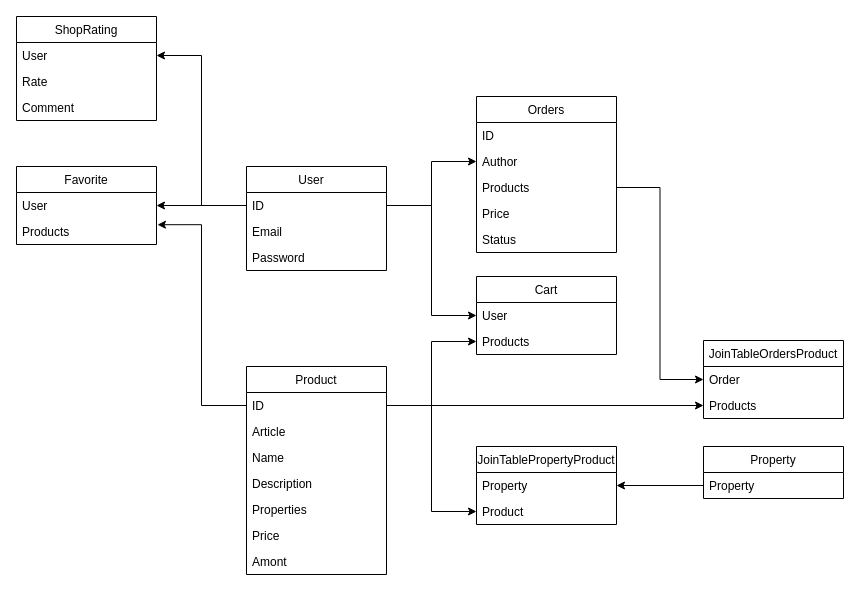
The draw.io diagram nenavalniy.drawio in MiKaMoRe/nenavalniy, before the edit. Source tidied: cells renumbered, new cells numbered last; positions are measured from the earlier drawing's top-left corner, leaving out a move shared by most shapes. Both pictures are drawn from the tidied source at 100%, with x=0, y=0 at pixel (16, 16).
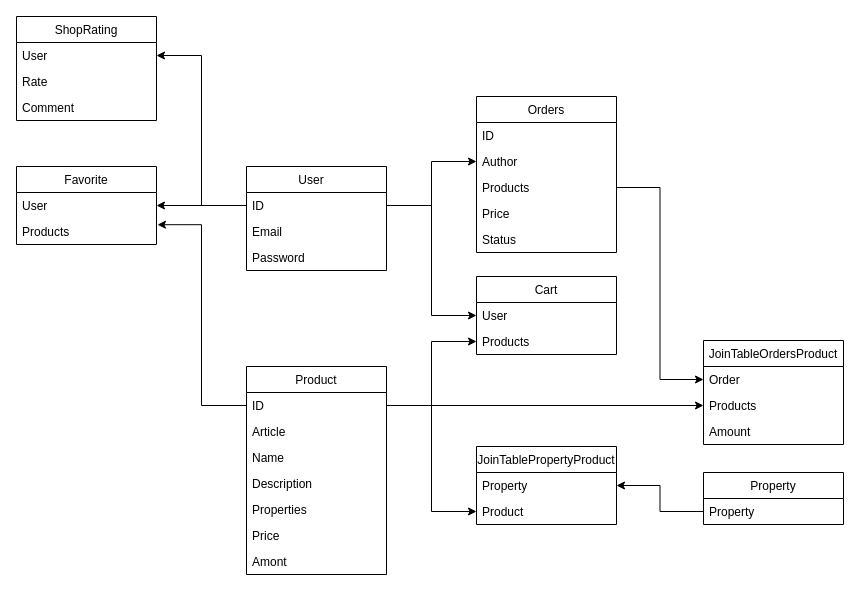
Above is the later version.

Commit message:
Update nenavalniy.drawio. Add amount to join table orders product

What changed in the source:
```diff
@@
     <mxCell id="26" value="JoinTableOrdersProduct" style="swimlane;fontStyle=0;horizontal=1;startSize=26;" parent="1" vertex="1">
-      <mxGeometry x="687" y="324" width="140" height="78" as="geometry" />
+      <mxGeometry x="687" y="324" width="140" height="104" as="geometry" />
     </mxCell>
@@
+    <mxCell id="48" value="Amount" style="text;strokeColor=none;fillColor=none;align=left;verticalAlign=top;spacingLeft=4;spacingRight=4;overflow=hidden;" parent="26" vertex="1">
+      <mxGeometry y="78" width="140" height="26" as="geometry" />
+    </mxCell>
@@
     <mxCell id="41" value="Property" style="swimlane;fontStyle=0;horizontal=1;startSize=26;" parent="1" vertex="1">
-      <mxGeometry x="687" y="430" width="140" height="52" as="geometry" />
+      <mxGeometry x="687" y="456" width="140" height="52" as="geometry" />
     </mxCell>
```
